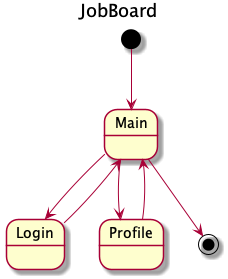
k10dev/RemoteBees keeps this PlantUML diagram as RemoteBeesFlow/flow/src/main/flows/JobBoard.png. Above is the earlier version. Its diagram source:
```plantuml
@startuml

title JobBoard

[*] --> Main

Main --> Login
Main --> Profile

Login --> Main
Profile --> Main

Main --> [*]

@enduml
```
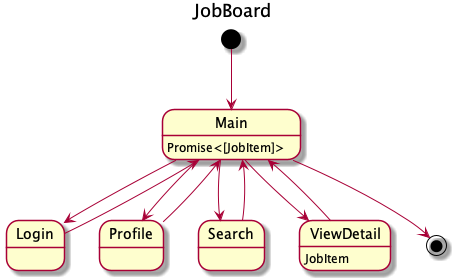
The same file after the commit.

Change to the diagram source:
```diff
@@ -6,10 +6,18 @@
 
 Main --> Login
 Main --> Profile
+Main --> Search
+Main --> ViewDetail
 
 Login --> Main
 Profile --> Main
+Search --> Main
+ViewDetail --> Main
 
 Main --> [*]
 
+ViewDetail: JobItem
+
+Main: Promise<[JobItem]>
+
 @enduml
```
